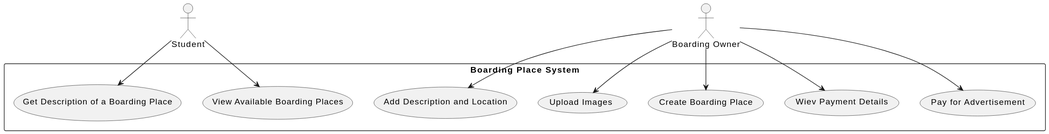
The PlantUML diagram Diagrems/UseCaseDiagrem/UseCaseDiagrem.svg in Ravindu-Kavishan/BordingProject, before a commit.
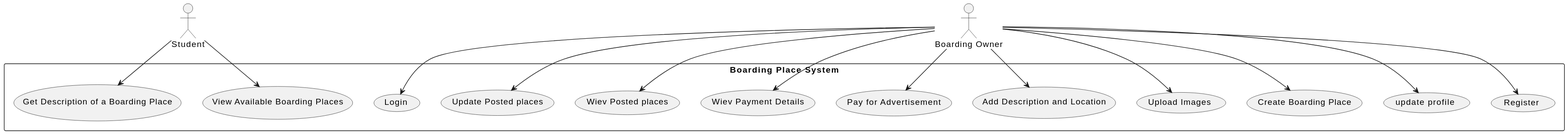
Above is the later version.

The edit, as a diff of the source:
```diff
@@ -11,6 +11,11 @@
     Owner --> (Add Description and Location)
     Owner --> (Pay for Advertisement)
     Owner --> (Wiev Payment Details)
+    Owner --> (Wiev Posted places)
+    Owner --> (Update Posted places)
+    Owner --> (Login)
+    Owner --> (Register)
+    Owner --> (update profile)
 
 }
 @enduml
```
